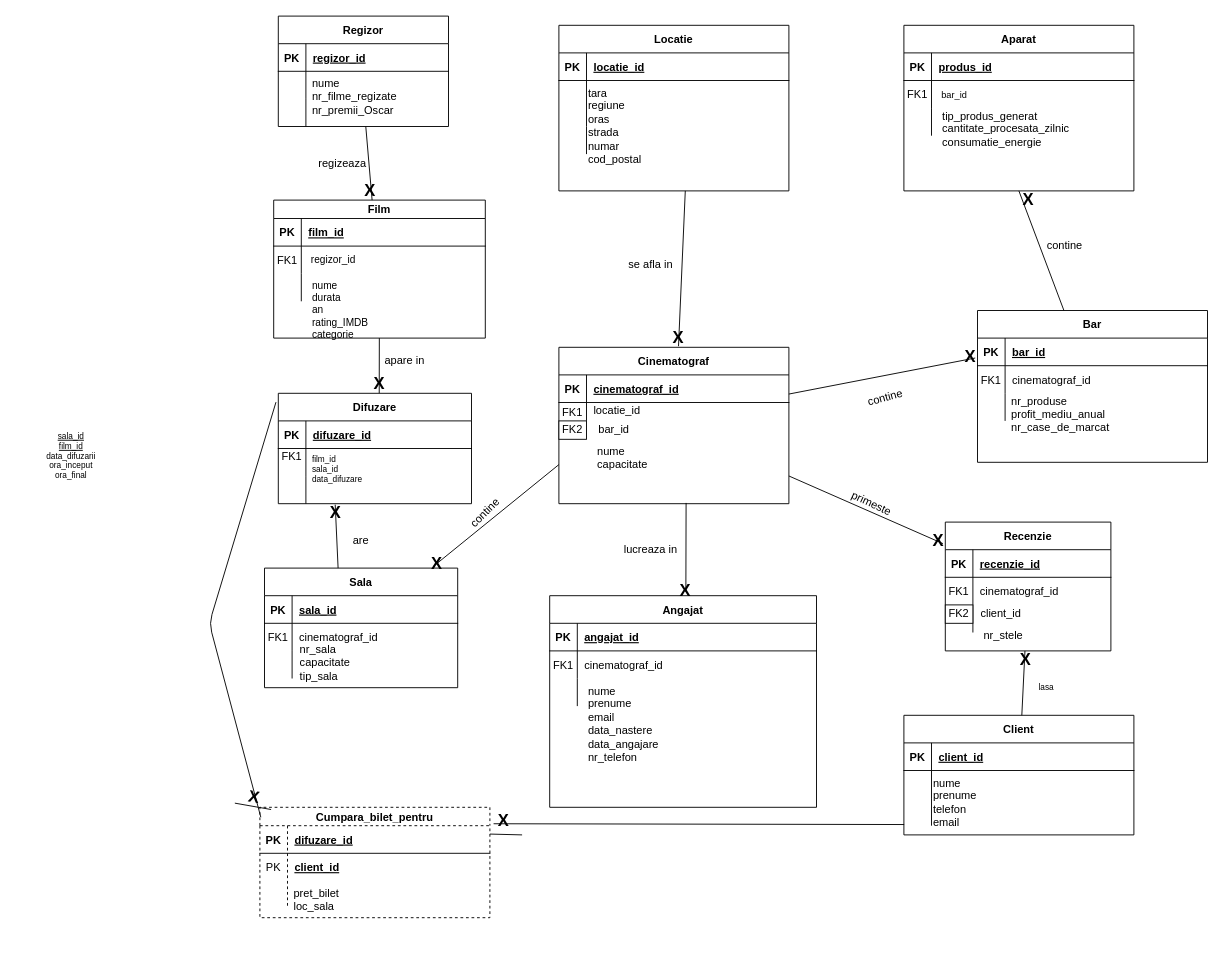
Swizop/uni-work keeps this draw.io diagram as page "Page-2" (1 of 3) of Databases/Project/BucharestCinemas.drawio. Above is the earlier version. Source tidied: cells renumbered, new cells numbered last; positions are measured from the earlier drawing's top-left corner, leaving out a move shared by most shapes. Both pictures are drawn from the tidied source at 92%, with x=0, y=0 at pixel (16, 16).
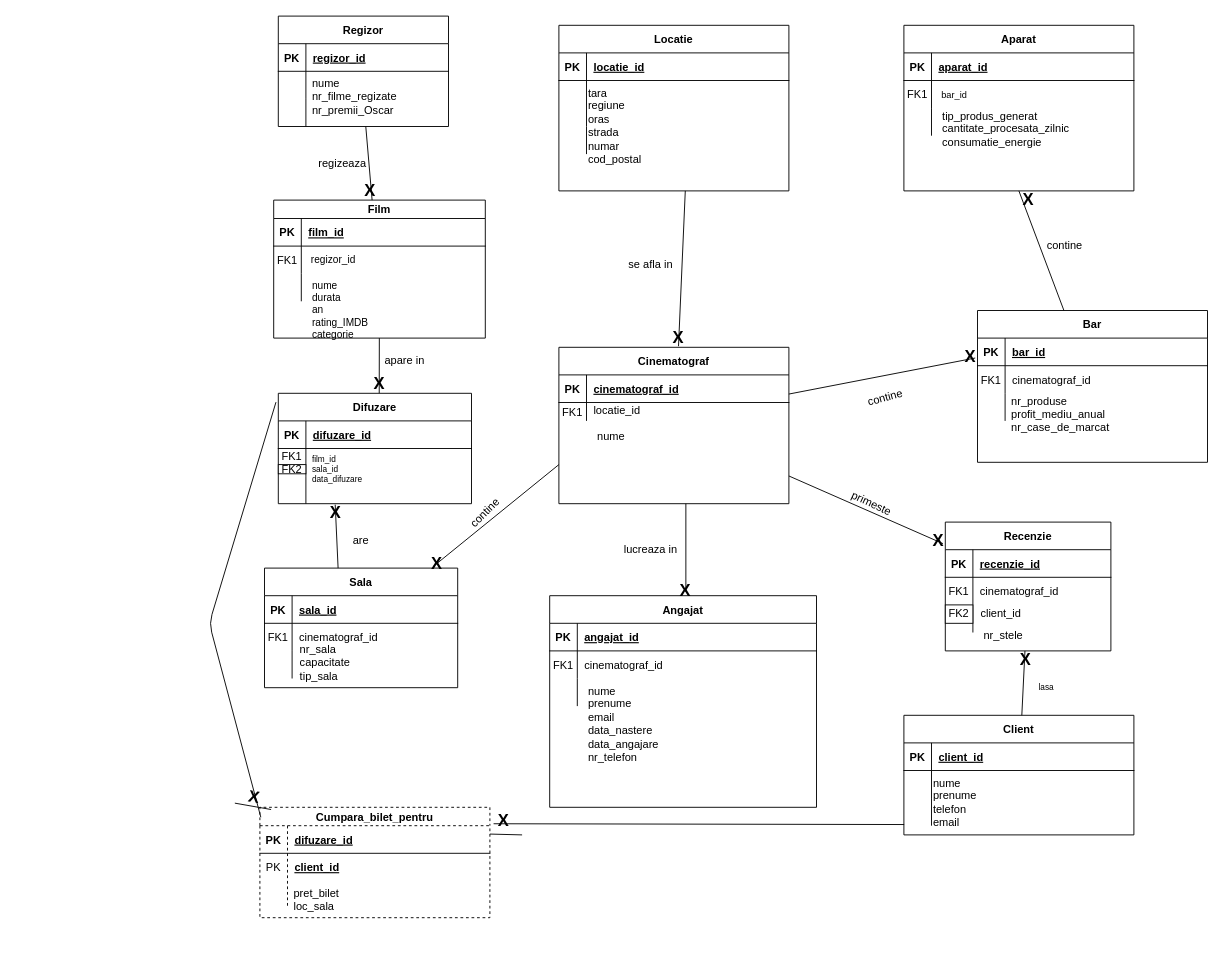
Above is the later version.

Unchanged cells that the change refers to:
```xml
<mxCell id="36" style="shape=partialRectangle;fillColor=none;top=0;left=0;right=0;bottom=1;" parent="35" vertex="1">
  <mxGeometry y="30" width="250" height="30" as="geometry" />
</mxCell>
```

The edit, as a diff of the source:
```diff
@@
-    <mxCell id="29" value="FK2" style="rounded=0;whiteSpace=wrap;html=1;" parent="1" vertex="1">
-      <mxGeometry x="590" y="440" width="30" height="20" as="geometry" />
-    </mxCell>
-    <mxCell id="30" value="bar_id" style="text;html=1;strokeColor=none;fillColor=none;align=center;verticalAlign=middle;whiteSpace=wrap;rounded=0;" parent="1" vertex="1">
-      <mxGeometry x="620" y="440" width="60" height="20" as="geometry" />
-    </mxCell>
-    <mxCell id="31" value="nume&lt;br&gt;capacitate" style="text;html=1;strokeColor=none;fillColor=none;align=left;verticalAlign=top;whiteSpace=wrap;rounded=0;labelPosition=center;verticalLabelPosition=middle;" parent="1" vertex="1">
-      <mxGeometry x="630" y="460" width="170" height="70" as="geometry" />
+    <mxCell id="31" value="nume" style="text;html=1;strokeColor=none;fillColor=none;align=left;verticalAlign=top;whiteSpace=wrap;rounded=0;labelPosition=center;verticalLabelPosition=middle;" parent="1" vertex="1">
+      <mxGeometry x="630" y="442.5" width="170" height="70" as="geometry" />
     </mxCell>
@@
-    <mxCell id="38" value="produs_id" style="shape=partialRectangle;overflow=hidden;fillColor=none;top=0;left=0;bottom=0;right=0;align=left;spacingLeft=6;fontStyle=5;" parent="36" vertex="1">
+    <mxCell id="38" value="aparat_id" style="shape=partialRectangle;overflow=hidden;fillColor=none;top=0;left=0;bottom=0;right=0;align=left;spacingLeft=6;fontStyle=5;" parent="36" vertex="1">
       <mxGeometry x="30" width="220" height="30" as="geometry" />
     </mxCell>
@@
-    <mxCell id="73" style="endArrow=none;html=1;entryX=0.578;entryY=0.988;entryDx=0;entryDy=0;entryPerimeter=0;" parent="1" edge="1" target="31">
+    <mxCell id="73" style="endArrow=none;html=1;" parent="1" edge="1">
       <mxGeometry relative="1" as="geometry">
         <mxPoint x="728" y="626" as="sourcePoint" />
+        <mxPoint x="728" y="530" as="targetPoint" />
       </mxGeometry>
     </mxCell>
@@
-    <mxCell id="145" value="&lt;span style=&quot;font-size: 9px;&quot;&gt;&lt;u style=&quot;font-size: 9px;&quot;&gt;sala_id&lt;/u&gt;&lt;br style=&quot;font-size: 9px;&quot;&gt;&lt;u style=&quot;font-size: 9px;&quot;&gt;film_id&lt;/u&gt;&lt;br style=&quot;font-size: 9px;&quot;&gt;data_difuzarii&lt;br style=&quot;font-size: 9px;&quot;&gt;ora_inceput&lt;br style=&quot;font-size: 9px;&quot;&gt;ora_final&lt;br style=&quot;font-size: 9px;&quot;&gt;&lt;/span&gt;" style="text;html=1;strokeColor=none;fillColor=none;align=center;verticalAlign=top;whiteSpace=wrap;rounded=0;dashed=1;fontSize=9;" parent="1" vertex="1">
-      <mxGeometry y="445" width="120" height="65" as="geometry" />
-    </mxCell>
@@
+    <mxCell id="29" value="FK2" style="rounded=0;whiteSpace=wrap;html=1;" parent="1" vertex="1">
+      <mxGeometry x="285" y="487.5" width="30" height="10" as="geometry" />
+    </mxCell>
```
